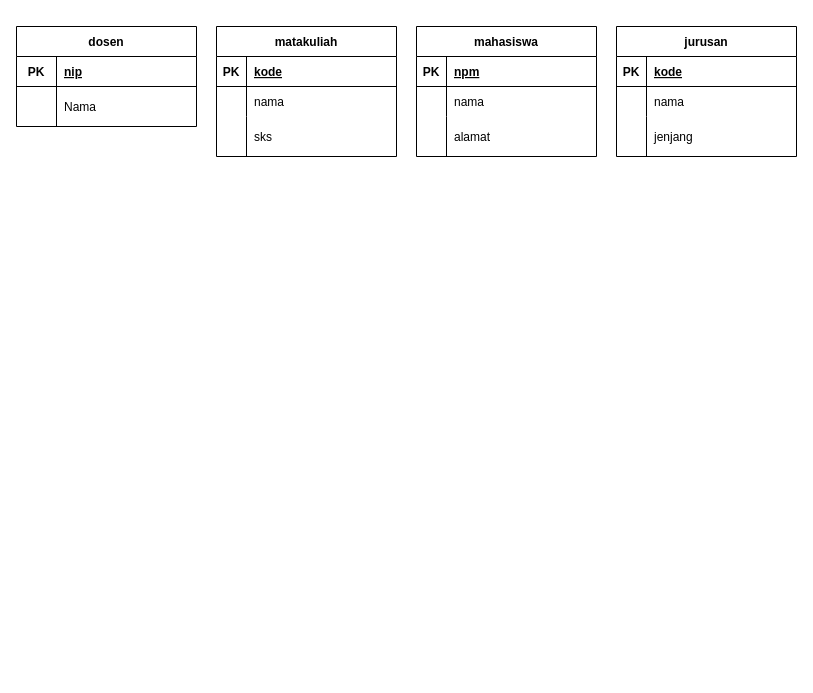
The draw.io diagram Untitled Diagram.drawio in rudiansyahirun/rvrz, before the edit. Source tidied: cells renumbered, new cells numbered last; positions are measured from the earlier drawing's top-left corner, leaving out a move shared by most shapes. Both pictures are drawn from the tidied source at 100%, with x=0, y=0 at pixel (16, 26).
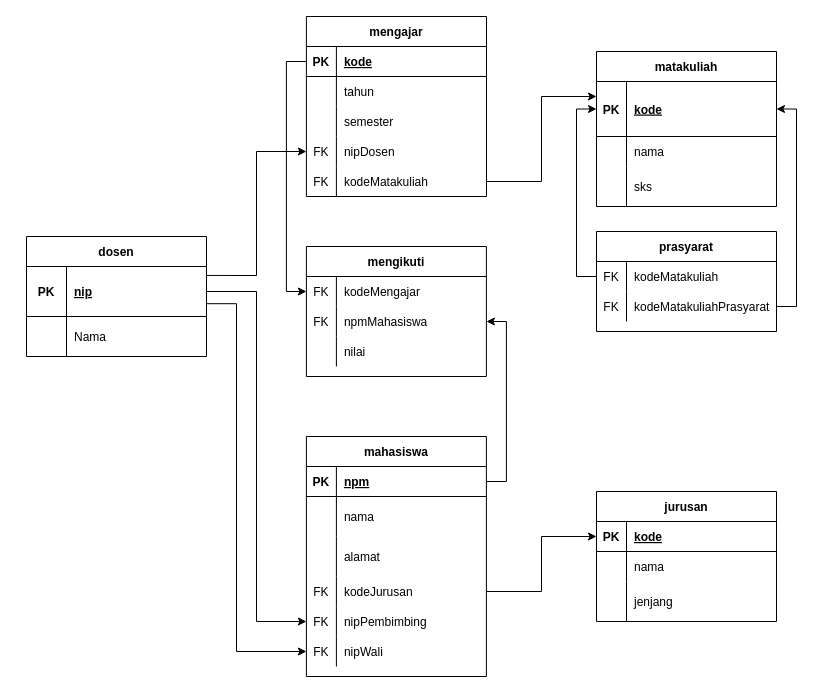
The same page after the edit.

The change refers to these unchanged cells:
```xml
<mxCell id="20" style="shape=tableRow;horizontal=0;startSize=0;swimlaneHead=0;swimlaneBody=0;fillColor=none;points=[[0,0.5],[1,0.5]];portConstraint=eastwest;top=0;left=0;right=0;bottom=1;" parent="19" vertex="1">
  <mxGeometry y="30" width="180" height="30" as="geometry" />
</mxCell>
<mxCell id="30" style="shape=tableRow;horizontal=0;startSize=0;swimlaneHead=0;swimlaneBody=0;fillColor=none;points=[[0,0.5],[1,0.5]];portConstraint=eastwest;top=0;left=0;right=0;bottom=1;" parent="29" vertex="1">
  <mxGeometry y="30" width="180" height="30" as="geometry" />
</mxCell>
```

The edit, as a diff of the source:
```diff
@@
     <mxCell id="2" value="dosen" style="shape=table;startSize=30;childLayout=tableLayout;rowLines=0;fontStyle=1;align=center;" parent="1" vertex="1">
-      <mxGeometry width="180" height="100" as="geometry" />
+      <mxGeometry x="10" y="210" width="180" height="120" as="geometry" />
     </mxCell>
     <mxCell id="3" style="shape=tableRow;horizontal=0;startSize=0;swimlaneHead=0;swimlaneBody=0;fillColor=none;points=[[0,0.5],[1,0.5]];portConstraint=eastwest;top=0;left=0;right=0;bottom=1;" parent="2" vertex="1">
-      <mxGeometry y="30" width="180" height="30" as="geometry" />
+      <mxGeometry y="30" width="180" height="50" as="geometry" />
     </mxCell>
     <mxCell id="4" value="PK" style="shape=partialRectangle;fillColor=none;top=0;left=0;bottom=0;right=0;fontStyle=1;overflow=hidden;" parent="3" vertex="1">
-      <mxGeometry width="40" height="30" as="geometry" />
+      <mxGeometry width="40" height="50" as="geometry" />
     </mxCell>
     <mxCell id="5" value="nip" style="shape=partialRectangle;fillColor=none;top=0;left=0;bottom=0;right=0;align=left;spacingLeft=6;fontStyle=5;overflow=hidden;" parent="3" vertex="1">
-      <mxGeometry x="40" width="140" height="30" as="geometry" />
+      <mxGeometry x="40" width="140" height="50" as="geometry" />
     </mxCell>
     <mxCell id="6" style="shape=tableRow;horizontal=0;startSize=0;swimlaneHead=0;swimlaneBody=0;fillColor=none;top=0;left=0;right=0;bottom=0;" parent="2" vertex="1">
-      <mxGeometry y="60" width="180" height="40" as="geometry" />
+      <mxGeometry y="80" width="180" height="40" as="geometry" />
     </mxCell>
@@
     <mxCell id="9" value="matakuliah" style="shape=table;startSize=30;childLayout=tableLayout;rowLines=0;fontStyle=1;align=center;" parent="1" vertex="1">
-      <mxGeometry x="200" width="180" height="130" as="geometry" />
+      <mxGeometry x="580" y="25" width="180" height="155" as="geometry" />
     </mxCell>
     <mxCell id="10" style="shape=tableRow;horizontal=0;startSize=0;swimlaneHead=0;swimlaneBody=0;fillColor=none;points=[[0,0.5],[1,0.5]];portConstraint=eastwest;top=0;left=0;right=0;bottom=1;" parent="9" vertex="1">
-      <mxGeometry y="30" width="180" height="30" as="geometry" />
+      <mxGeometry y="30" width="180" height="55" as="geometry" />
     </mxCell>
     <mxCell id="11" value="PK" style="shape=partialRectangle;fillColor=none;top=0;left=0;bottom=0;right=0;fontStyle=1;overflow=hidden;" parent="10" vertex="1">
-      <mxGeometry width="30" height="30" as="geometry" />
+      <mxGeometry width="30" height="55" as="geometry" />
     </mxCell>
     <mxCell id="12" value="kode" style="shape=partialRectangle;fillColor=none;top=0;left=0;bottom=0;right=0;align=left;spacingLeft=6;fontStyle=5;overflow=hidden;" parent="10" vertex="1">
-      <mxGeometry x="30" width="150" height="30" as="geometry" />
+      <mxGeometry x="30" width="150" height="55" as="geometry" />
     </mxCell>
     <mxCell id="13" style="shape=tableRow;horizontal=0;startSize=0;swimlaneHead=0;swimlaneBody=0;fillColor=none;top=0;left=0;right=0;bottom=0;" parent="9" vertex="1">
-      <mxGeometry y="60" width="180" height="30" as="geometry" />
+      <mxGeometry y="85" width="180" height="30" as="geometry" />
     </mxCell>
@@
     <mxCell id="16" style="shape=tableRow;horizontal=0;startSize=0;swimlaneHead=0;swimlaneBody=0;fillColor=none;top=0;left=0;right=0;bottom=0;" parent="9" vertex="1">
-      <mxGeometry y="90" width="180" height="40" as="geometry" />
+      <mxGeometry y="115" width="180" height="40" as="geometry" />
     </mxCell>
@@
     <mxCell id="19" value="mahasiswa" style="shape=table;startSize=30;childLayout=tableLayout;rowLines=0;fontStyle=1;align=center;" parent="1" vertex="1">
-      <mxGeometry x="400" width="180" height="130" as="geometry" />
+      <mxGeometry x="289.9" y="410" width="180" height="240" as="geometry" />
     </mxCell>
@@
     <mxCell id="23" style="shape=tableRow;horizontal=0;startSize=0;swimlaneHead=0;swimlaneBody=0;fillColor=none;top=0;left=0;right=0;bottom=0;" parent="19" vertex="1">
-      <mxGeometry y="60" width="180" height="30" as="geometry" />
+      <mxGeometry y="60" width="180" height="40" as="geometry" />
     </mxCell>
     <mxCell id="24" style="shape=partialRectangle;fillColor=none;top=0;left=0;bottom=0;right=0;overflow=hidden;" parent="23" vertex="1">
-      <mxGeometry width="30" height="30" as="geometry" />
+      <mxGeometry width="30" height="40" as="geometry" />
     </mxCell>
     <mxCell id="25" value="nama" style="shape=partialRectangle;fillColor=none;top=0;left=0;bottom=0;right=0;align=left;spacingLeft=6;overflow=hidden;" parent="23" vertex="1">
-      <mxGeometry x="30" width="150" height="30" as="geometry" />
+      <mxGeometry x="30" width="150" height="40" as="geometry" />
     </mxCell>
     <mxCell id="26" style="shape=tableRow;horizontal=0;startSize=0;swimlaneHead=0;swimlaneBody=0;fillColor=none;top=0;left=0;right=0;bottom=0;" parent="19" vertex="1">
-      <mxGeometry y="90" width="180" height="40" as="geometry" />
+      <mxGeometry y="100" width="180" height="40" as="geometry" />
     </mxCell>
@@
+    <mxCell id="39" style="shape=tableRow;horizontal=0;startSize=0;swimlaneHead=0;swimlaneBody=0;fillColor=none;points=[[0,0.5],[1,0.5]];portConstraint=eastwest;top=0;left=0;right=0;bottom=0;" parent="19" vertex="1">
+      <mxGeometry y="140" width="180" height="30" as="geometry" />
+    </mxCell>
+    <mxCell id="40" value="FK" style="shape=partialRectangle;fillColor=none;top=0;left=0;bottom=0;right=0;fontStyle=0;overflow=hidden;" parent="39" vertex="1">
+      <mxGeometry width="30" height="30" as="geometry" />
+    </mxCell>
+    <mxCell id="41" value="kodeJurusan" style="shape=partialRectangle;fillColor=none;top=0;left=0;bottom=0;right=0;align=left;spacingLeft=6;fontStyle=0;overflow=hidden;" parent="39" vertex="1">
+      <mxGeometry x="30" width="150" height="30" as="geometry" />
+    </mxCell>
+    <mxCell id="42" style="shape=tableRow;horizontal=0;startSize=0;swimlaneHead=0;swimlaneBody=0;fillColor=none;points=[[0,0.5],[1,0.5]];portConstraint=eastwest;top=0;left=0;right=0;bottom=0;" parent="19" vertex="1">
+      <mxGeometry y="170" width="180" height="30" as="geometry" />
+    </mxCell>
+    <mxCell id="43" value="FK" style="shape=partialRectangle;fillColor=none;top=0;left=0;bottom=0;right=0;fontStyle=0;overflow=hidden;" parent="42" vertex="1">
+      <mxGeometry width="30" height="30" as="geometry" />
+    </mxCell>
+    <mxCell id="44" value="nipPembimbing" style="shape=partialRectangle;fillColor=none;top=0;left=0;bottom=0;right=0;align=left;spacingLeft=6;fontStyle=0;overflow=hidden;" parent="42" vertex="1">
+      <mxGeometry x="30" width="150" height="30" as="geometry" />
+    </mxCell>
+    <mxCell id="45" style="shape=tableRow;horizontal=0;startSize=0;swimlaneHead=0;swimlaneBody=0;fillColor=none;points=[[0,0.5],[1,0.5]];portConstraint=eastwest;top=0;left=0;right=0;bottom=0;" parent="19" vertex="1">
+      <mxGeometry y="200" width="180" height="30" as="geometry" />
+    </mxCell>
+    <mxCell id="46" value="FK" style="shape=partialRectangle;fillColor=none;top=0;left=0;bottom=0;right=0;fontStyle=0;overflow=hidden;" parent="45" vertex="1">
+      <mxGeometry width="30" height="30" as="geometry" />
+    </mxCell>
+    <mxCell id="47" value="nipWali" style="shape=partialRectangle;fillColor=none;top=0;left=0;bottom=0;right=0;align=left;spacingLeft=6;fontStyle=0;overflow=hidden;" parent="45" vertex="1">
+      <mxGeometry x="30" width="150" height="30" as="geometry" />
+    </mxCell>
     <mxCell id="29" value="jurusan" style="shape=table;startSize=30;childLayout=tableLayout;rowLines=0;fontStyle=1;align=center;" parent="1" vertex="1">
-      <mxGeometry x="600" width="180" height="130" as="geometry" />
+      <mxGeometry x="580" y="465" width="180" height="130" as="geometry" />
     </mxCell>
@@
+    <mxCell id="48" value="mengajar" style="shape=table;startSize=30;childLayout=tableLayout;rowLines=0;fontStyle=1;align=center;" parent="1" vertex="1">
+      <mxGeometry x="289.9" y="-10" width="180.1" height="180" as="geometry" />
+    </mxCell>
+    <mxCell id="49" style="shape=tableRow;horizontal=0;startSize=0;swimlaneHead=0;swimlaneBody=0;fillColor=none;points=[[0,0.5],[1,0.5]];portConstraint=eastwest;top=0;left=0;right=0;bottom=1;" parent="48" vertex="1">
+      <mxGeometry y="30" width="180.1" height="30" as="geometry" />
+    </mxCell>
+    <mxCell id="50" value="PK" style="shape=partialRectangle;fillColor=none;top=0;left=0;bottom=0;right=0;fontStyle=1;overflow=hidden;" parent="49" vertex="1">
+      <mxGeometry width="30" height="30" as="geometry" />
+    </mxCell>
+    <mxCell id="51" value="kode" style="shape=partialRectangle;fillColor=none;top=0;left=0;bottom=0;right=0;align=left;spacingLeft=6;fontStyle=5;overflow=hidden;" parent="49" vertex="1">
+      <mxGeometry x="30" width="150.1" height="30" as="geometry" />
+    </mxCell>
+    <mxCell id="52" style="shape=tableRow;horizontal=0;startSize=0;swimlaneHead=0;swimlaneBody=0;fillColor=none;top=0;left=0;right=0;bottom=0;" parent="48" vertex="1">
+      <mxGeometry y="60" width="180.1" height="30" as="geometry" />
+    </mxCell>
+    <mxCell id="53" style="shape=partialRectangle;fillColor=none;top=0;left=0;bottom=0;right=0;overflow=hidden;" parent="52" vertex="1">
+      <mxGeometry width="30" height="30" as="geometry" />
+    </mxCell>
+    <mxCell id="54" value="tahun" style="shape=partialRectangle;fillColor=none;top=0;left=0;bottom=0;right=0;align=left;spacingLeft=6;overflow=hidden;" parent="52" vertex="1">
+      <mxGeometry x="30" width="150.1" height="30" as="geometry" />
+    </mxCell>
+    <mxCell id="55" style="shape=tableRow;horizontal=0;startSize=0;swimlaneHead=0;swimlaneBody=0;fillColor=none;top=0;left=0;right=0;bottom=0;" parent="48" vertex="1">
+      <mxGeometry y="90" width="180.1" height="30" as="geometry" />
+    </mxCell>
+    <mxCell id="56" style="shape=partialRectangle;fillColor=none;top=0;left=0;bottom=0;right=0;overflow=hidden;" parent="55" vertex="1">
+      <mxGeometry width="30" height="30" as="geometry" />
+    </mxCell>
+    <mxCell id="57" value="semester" style="shape=partialRectangle;fillColor=none;top=0;left=0;bottom=0;right=0;align=left;spacingLeft=6;overflow=hidden;" parent="55" vertex="1">
+      <mxGeometry x="30" width="150.1" height="30" as="geometry" />
+    </mxCell>
+    <mxCell id="58" style="shape=tableRow;horizontal=0;startSize=0;swimlaneHead=0;swimlaneBody=0;fillColor=none;points=[[0,0.5],[1,0.5]];portConstraint=eastwest;top=0;left=0;right=0;bottom=0;" parent="48" vertex="1">
+      <mxGeometry y="120" width="180.1" height="30" as="geometry" />
+    </mxCell>
+    <mxCell id="59" value="FK" style="shape=partialRectangle;fillColor=none;top=0;left=0;bottom=0;right=0;fontStyle=0;overflow=hidden;" parent="58" vertex="1">
+      <mxGeometry width="30" height="30" as="geometry" />
+    </mxCell>
+    <mxCell id="60" value="nipDosen" style="shape=partialRectangle;fillColor=none;top=0;left=0;bottom=0;right=0;align=left;spacingLeft=6;fontStyle=0;overflow=hidden;" parent="58" vertex="1">
+      <mxGeometry x="30" width="150.1" height="30" as="geometry" />
+    </mxCell>
+    <mxCell id="61" style="shape=tableRow;horizontal=0;startSize=0;swimlaneHead=0;swimlaneBody=0;fillColor=none;points=[[0,0.5],[1,0.5]];portConstraint=eastwest;top=0;left=0;right=0;bottom=0;" parent="48" vertex="1">
+      <mxGeometry y="150" width="180.1" height="30" as="geometry" />
+    </mxCell>
+    <mxCell id="62" value="FK" style="shape=partialRectangle;fillColor=none;top=0;left=0;bottom=0;right=0;fontStyle=0;overflow=hidden;" parent="61" vertex="1">
+      <mxGeometry width="30" height="30" as="geometry" />
+    </mxCell>
+    <mxCell id="63" value="kodeMatakuliah" style="shape=partialRectangle;fillColor=none;top=0;left=0;bottom=0;right=0;align=left;spacingLeft=6;fontStyle=0;overflow=hidden;" parent="61" vertex="1">
+      <mxGeometry x="30" width="150.1" height="30" as="geometry" />
+    </mxCell>
+    <mxCell id="64" style="edgeStyle=orthogonalEdgeStyle;rounded=0;jettySize=auto;html=1;exitX=1;exitY=0.5;exitDx=0;exitDy=0;" parent="1" edge="1" source="39" target="30">
+      <mxGeometry relative="1" as="geometry" />
+    </mxCell>
+    <mxCell id="65" value="mengikuti" style="shape=table;startSize=30;childLayout=tableLayout;rowLines=0;fontStyle=1;align=center;" parent="1" vertex="1">
+      <mxGeometry x="289.9" y="220" width="180" height="130" as="geometry" />
+    </mxCell>
+    <mxCell id="66" style="shape=tableRow;horizontal=0;startSize=0;swimlaneHead=0;swimlaneBody=0;fillColor=none;points=[[0,0.5],[1,0.5]];portConstraint=eastwest;top=0;left=0;right=0;bottom=0;" parent="65" vertex="1">
+      <mxGeometry y="30" width="180" height="30" as="geometry" />
+    </mxCell>
+    <mxCell id="67" value="FK" style="shape=partialRectangle;fillColor=none;top=0;left=0;bottom=0;right=0;fontStyle=0;overflow=hidden;" parent="66" vertex="1">
+      <mxGeometry width="30" height="30" as="geometry" />
+    </mxCell>
+    <mxCell id="68" value="kodeMengajar" style="shape=partialRectangle;fillColor=none;top=0;left=0;bottom=0;right=0;align=left;spacingLeft=6;fontStyle=0;overflow=hidden;" parent="66" vertex="1">
+      <mxGeometry x="30" width="150" height="30" as="geometry" />
+    </mxCell>
+    <mxCell id="69" style="shape=tableRow;horizontal=0;startSize=0;swimlaneHead=0;swimlaneBody=0;fillColor=none;points=[[0,0.5],[1,0.5]];portConstraint=eastwest;top=0;left=0;right=0;bottom=0;" parent="65" vertex="1">
+      <mxGeometry y="60" width="180" height="30" as="geometry" />
+    </mxCell>
+    <mxCell id="70" value="FK" style="shape=partialRectangle;fillColor=none;top=0;left=0;bottom=0;right=0;fontStyle=0;overflow=hidden;" parent="69" vertex="1">
+      <mxGeometry width="30" height="30" as="geometry" />
+    </mxCell>
+    <mxCell id="71" value="npmMahasiswa" style="shape=partialRectangle;fillColor=none;top=0;left=0;bottom=0;right=0;align=left;spacingLeft=6;fontStyle=0;overflow=hidden;" parent="69" vertex="1">
+      <mxGeometry x="30" width="150" height="30" as="geometry" />
+    </mxCell>
+    <mxCell id="72" style="shape=tableRow;horizontal=0;startSize=0;swimlaneHead=0;swimlaneBody=0;fillColor=none;top=0;left=0;right=0;bottom=0;" parent="65" vertex="1">
+      <mxGeometry y="90" width="180" height="30" as="geometry" />
+    </mxCell>
+    <mxCell id="73" style="shape=partialRectangle;fillColor=none;top=0;left=0;bottom=0;right=0;overflow=hidden;" parent="72" vertex="1">
+      <mxGeometry width="30" height="30" as="geometry" />
+    </mxCell>
+    <mxCell id="74" value="nilai" style="shape=partialRectangle;fillColor=none;top=0;left=0;bottom=0;right=0;align=left;spacingLeft=6;overflow=hidden;" parent="72" vertex="1">
+      <mxGeometry x="30" width="150" height="30" as="geometry" />
+    </mxCell>
+    <mxCell id="75" style="edgeStyle=orthogonalEdgeStyle;rounded=0;jettySize=auto;html=1;exitX=0;exitY=0.5;exitDx=0;exitDy=0;entryX=0;entryY=0.5;entryDx=0;entryDy=0;" parent="1" edge="1" source="49" target="66">
+      <mxGeometry relative="1" as="geometry" />
+    </mxCell>
+    <mxCell id="76" style="edgeStyle=orthogonalEdgeStyle;rounded=0;jettySize=auto;html=1;exitX=1;exitY=0.5;exitDx=0;exitDy=0;entryX=1;entryY=0.5;entryDx=0;entryDy=0;" parent="1" edge="1" source="20" target="69">
+      <mxGeometry relative="1" as="geometry" />
+    </mxCell>
+    <mxCell id="77" style="edgeStyle=orthogonalEdgeStyle;rounded=0;jettySize=auto;html=1;exitX=1;exitY=0.5;exitDx=0;exitDy=0;" parent="1" edge="1" source="3" target="42">
+      <mxGeometry relative="1" as="geometry">
+        <Array as="points">
+          <mxPoint x="240" y="265" />
+          <mxPoint x="240" y="595" />
+        </Array>
+      </mxGeometry>
+    </mxCell>
+    <mxCell id="78" value="prasyarat" style="shape=table;startSize=30;childLayout=tableLayout;rowLines=0;fontStyle=1;align=center;" parent="1" vertex="1">
+      <mxGeometry x="580" y="205" width="180" height="100" as="geometry" />
+    </mxCell>
+    <mxCell id="79" style="shape=tableRow;horizontal=0;startSize=0;swimlaneHead=0;swimlaneBody=0;fillColor=none;points=[[0,0.5],[1,0.5]];portConstraint=eastwest;top=0;left=0;right=0;bottom=0;" parent="78" vertex="1">
+      <mxGeometry y="30" width="180" height="30" as="geometry" />
+    </mxCell>
+    <mxCell id="80" value="FK" style="shape=partialRectangle;fillColor=none;top=0;left=0;bottom=0;right=0;fontStyle=0;overflow=hidden;" parent="79" vertex="1">
+      <mxGeometry width="30" height="30" as="geometry" />
+    </mxCell>
+    <mxCell id="81" value="kodeMatakuliah" style="shape=partialRectangle;fillColor=none;top=0;left=0;bottom=0;right=0;align=left;spacingLeft=6;fontStyle=0;overflow=hidden;" parent="79" vertex="1">
+      <mxGeometry x="30" width="150" height="30" as="geometry" />
+    </mxCell>
+    <mxCell id="82" style="shape=tableRow;horizontal=0;startSize=0;swimlaneHead=0;swimlaneBody=0;fillColor=none;points=[[0,0.5],[1,0.5]];portConstraint=eastwest;top=0;left=0;right=0;bottom=0;" parent="78" vertex="1">
+      <mxGeometry y="60" width="180" height="30" as="geometry" />
+    </mxCell>
+    <mxCell id="83" value="FK" style="shape=partialRectangle;fillColor=none;top=0;left=0;bottom=0;right=0;fontStyle=0;overflow=hidden;" parent="82" vertex="1">
+      <mxGeometry width="30" height="30" as="geometry" />
+    </mxCell>
+    <mxCell id="84" value="kodeMatakuliahPrasyarat" style="shape=partialRectangle;fillColor=none;top=0;left=0;bottom=0;right=0;align=left;spacingLeft=6;fontStyle=0;overflow=hidden;" parent="82" vertex="1">
+      <mxGeometry x="30" width="150" height="30" as="geometry" />
+    </mxCell>
+    <mxCell id="85" style="edgeStyle=orthogonalEdgeStyle;rounded=0;jettySize=auto;html=1;exitX=0;exitY=0.5;exitDx=0;exitDy=0;entryX=0;entryY=0.5;entryDx=0;entryDy=0;" parent="1" edge="1" source="79" target="10">
+      <mxGeometry relative="1" as="geometry" />
+    </mxCell>
+    <mxCell id="86" style="edgeStyle=orthogonalEdgeStyle;rounded=0;jettySize=auto;html=1;exitX=1;exitY=0.5;exitDx=0;exitDy=0;entryX=1;entryY=0.5;entryDx=0;entryDy=0;" parent="1" edge="1" source="82" target="10">
+      <mxGeometry relative="1" as="geometry" />
+    </mxCell>
+    <mxCell id="87" style="edgeStyle=orthogonalEdgeStyle;rounded=0;jettySize=auto;html=1;exitX=1;exitY=0.5;exitDx=0;exitDy=0;" parent="1" edge="1" source="61" target="10">
+      <mxGeometry relative="1" as="geometry">
+        <Array as="points">
+          <mxPoint x="525" y="155" />
+          <mxPoint x="525" y="70" />
+        </Array>
+      </mxGeometry>
+    </mxCell>
+    <mxCell id="88" style="edgeStyle=orthogonalEdgeStyle;rounded=0;jettySize=auto;html=1;exitX=1.003;exitY=0.744;exitDx=0;exitDy=0;exitPerimeter=0;" parent="1" edge="1" source="3" target="45">
+      <mxGeometry relative="1" as="geometry">
+        <Array as="points">
+          <mxPoint x="220" y="277" />
+          <mxPoint x="220" y="625" />
+        </Array>
+      </mxGeometry>
+    </mxCell>
+    <mxCell id="89" style="edgeStyle=orthogonalEdgeStyle;rounded=0;jettySize=auto;html=1;exitX=1.003;exitY=0.179;exitDx=0;exitDy=0;exitPerimeter=0;" parent="1" edge="1" source="3" target="58">
+      <mxGeometry relative="1" as="geometry" />
+    </mxCell>
```
